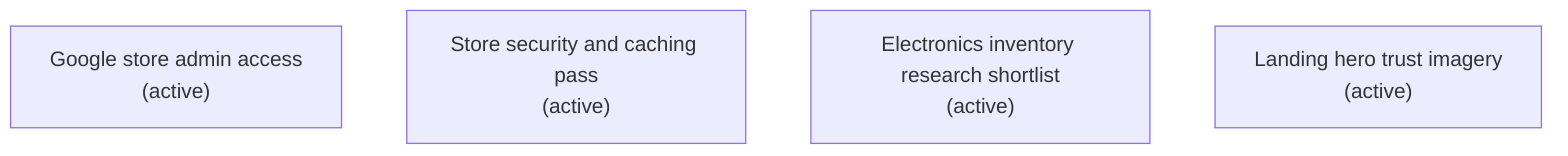
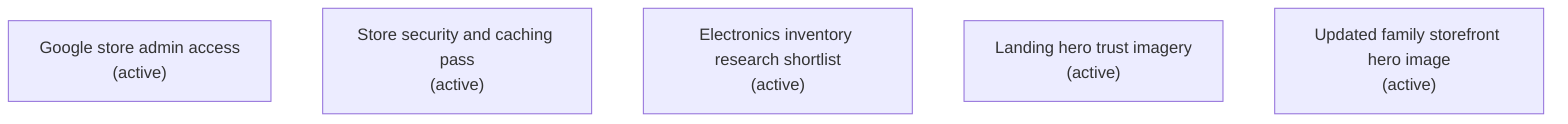
flowchart TB
  work-001["Google store admin access\n(active)"]
  work-002["Store security and caching pass\n(active)"]
  work-003["Electronics inventory research shortlist\n(active)"]
  work-004["Landing hero trust imagery\n(active)"]
+   work-005["Updated family storefront hero image\n(active)"]
